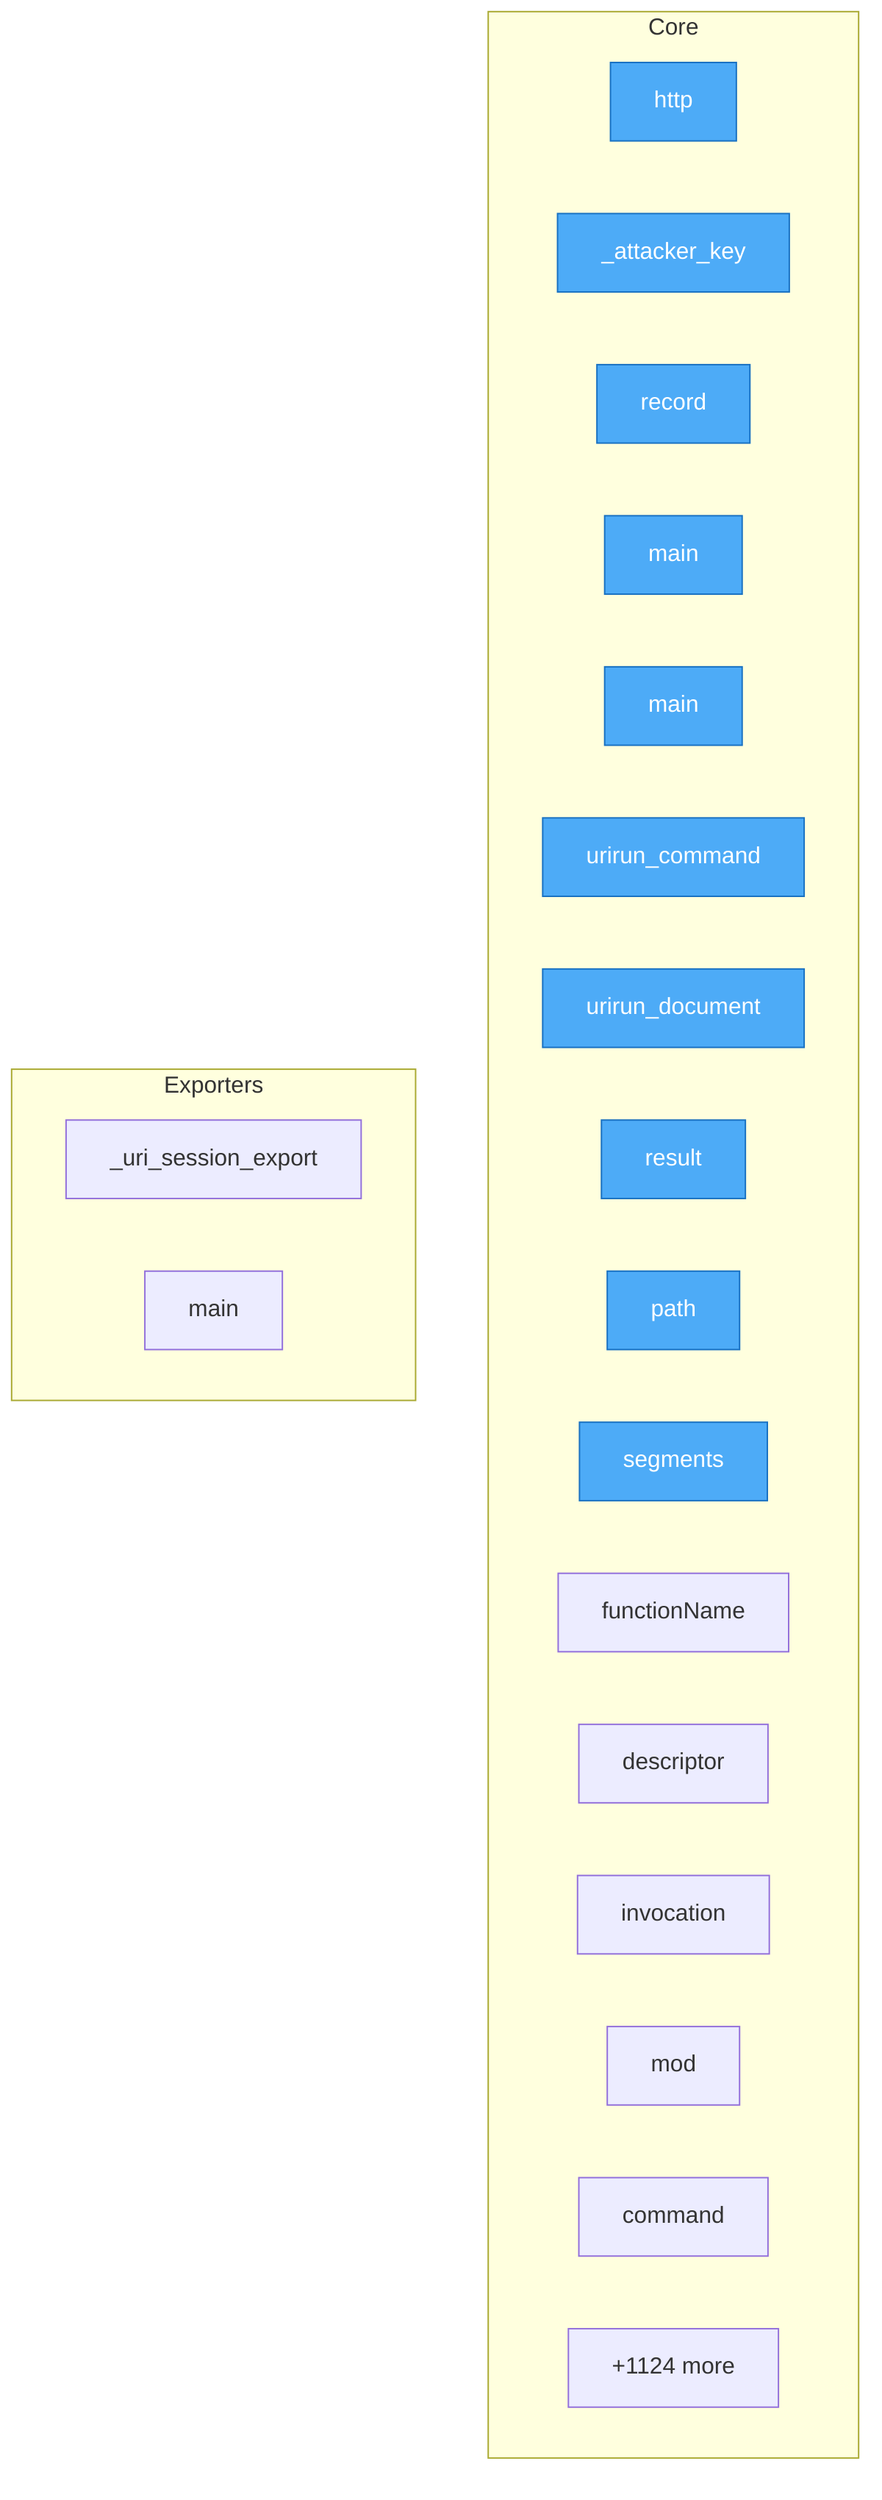
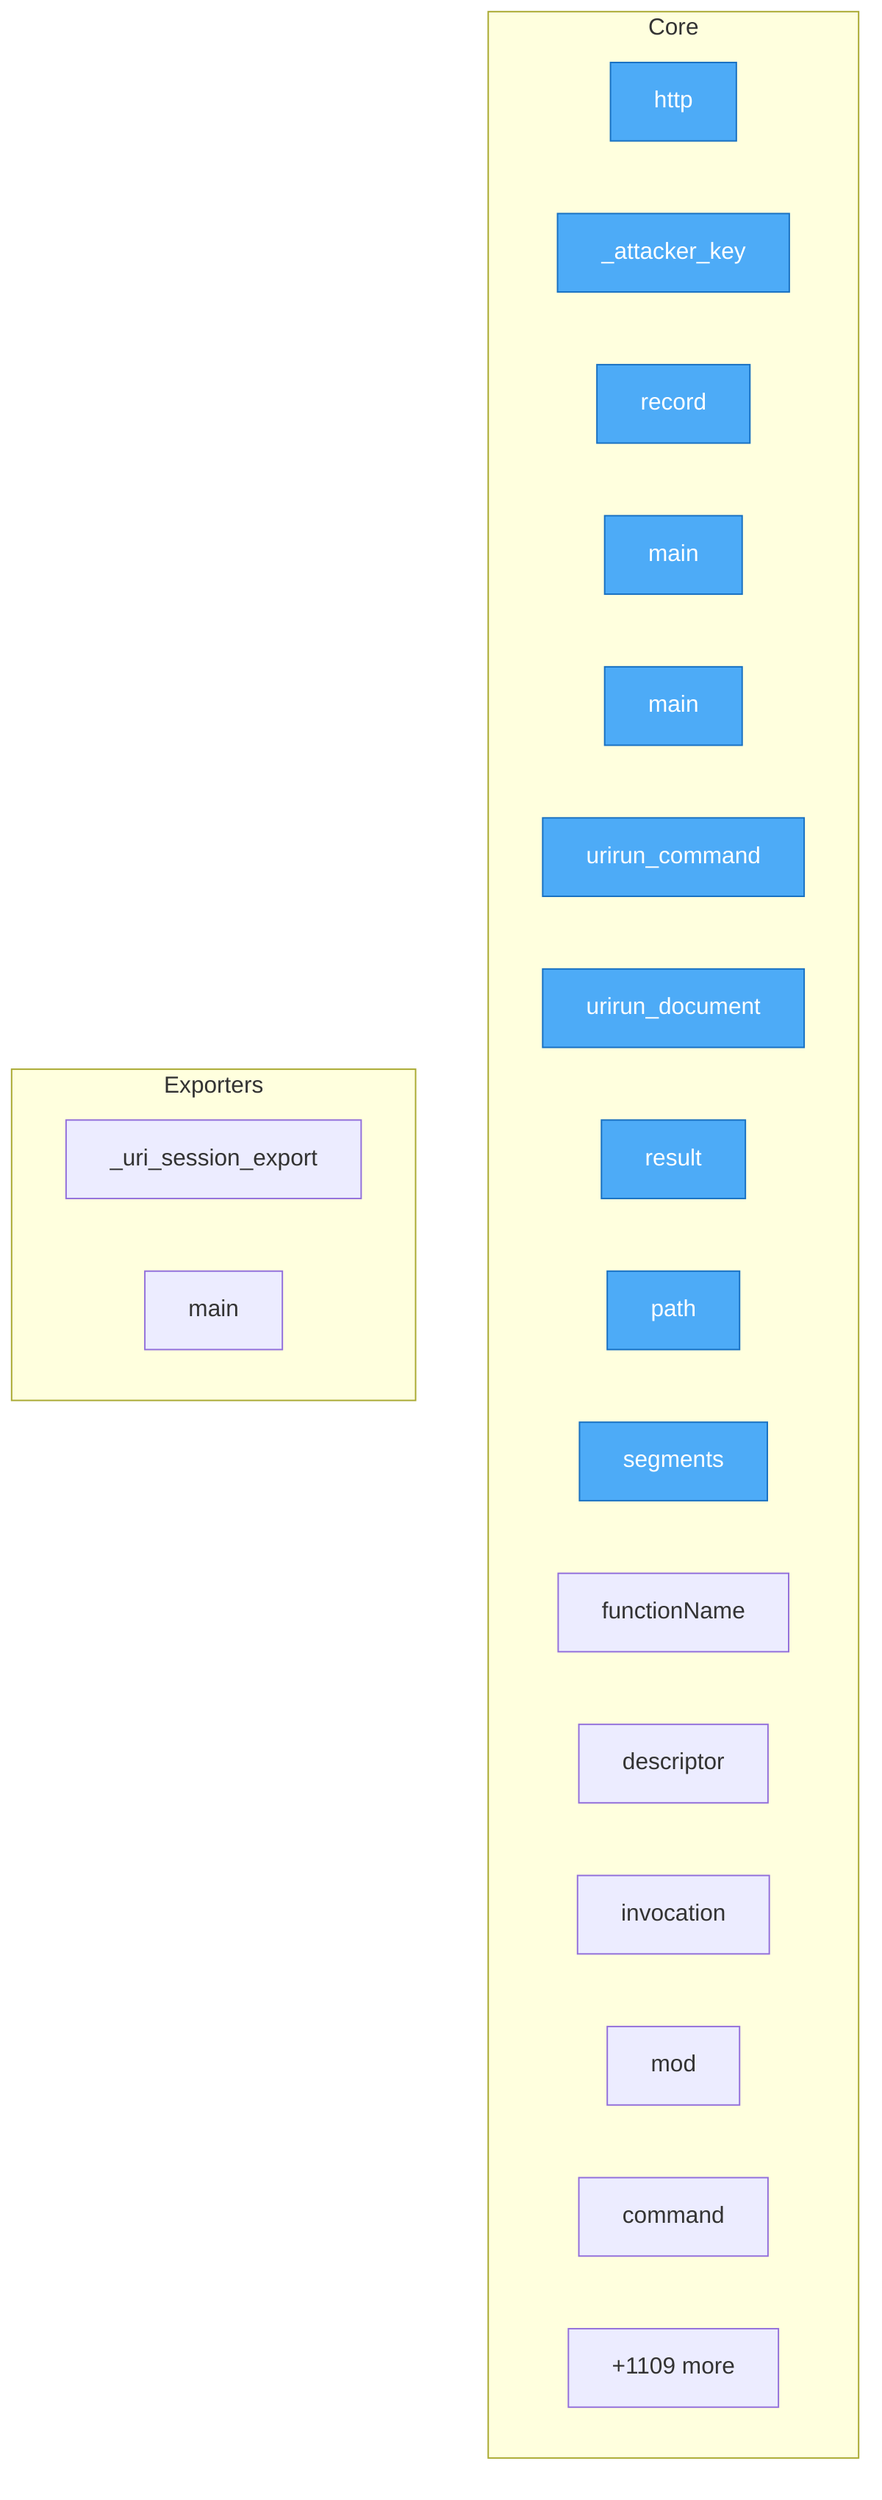
flowchart TD
- %% generated in 0.08s
+ %% generated in 0.07s

    %% Entry points (blue)
    classDef entry fill:#4dabf7,stroke:#1971c2,color:#fff

    subgraph Core
        security__mesh_probe__probe__http["http"]
        security__mesh_probe__probe___attacker_key["_attacker_key"]
        security__mesh_probe__probe__record["record"]
        adapters__conformance__main["main"]
        adapters__new_connector__main["main"]
        adapters__bash__urirun__urirun_command["urirun_command"]
        adapters__bash__urirun__urirun_document["urirun_document"]
        adapters__js__index__test__result["result"]
        adapters__js__path["path"]
        adapters__js__segments["segments"]
        adapters__js__functionName["functionName"]
        adapters__js__descriptor["descriptor"]
        adapters__js__invocation["invocation"]
        adapters__js__mod["mod"]
        adapters__java__Urirun__Urirun__command["command"]
-         ...["+1124 more"]
+         ...["+1109 more"]
    end

    subgraph Exporters
        adapters__python__urirun__node__skill___uri_session_export["_uri_session_export"]
        adapters__python__urirun_connectors_toolkit__contract_export__main["main"]
    end

    class security__mesh_probe__probe__http,security__mesh_probe__probe___attacker_key,security__mesh_probe__probe__record,adapters__conformance__main,adapters__new_connector__main,adapters__bash__urirun__urirun_command,adapters__bash__urirun__urirun_document,adapters__js__index__test__result,adapters__js__path,adapters__js__segments entry
